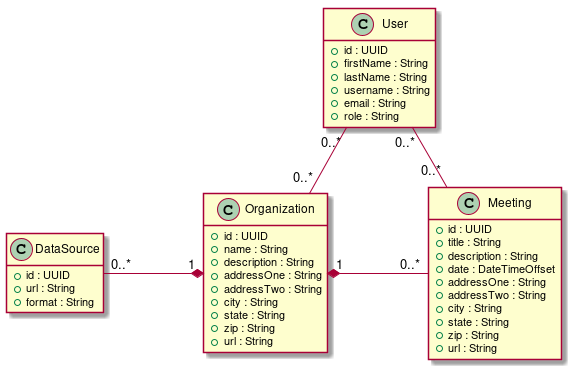
The PlantUML diagram docs/api/domain-model/domain-model-0.1.png in devict/publicmeetings-back, before a commit.
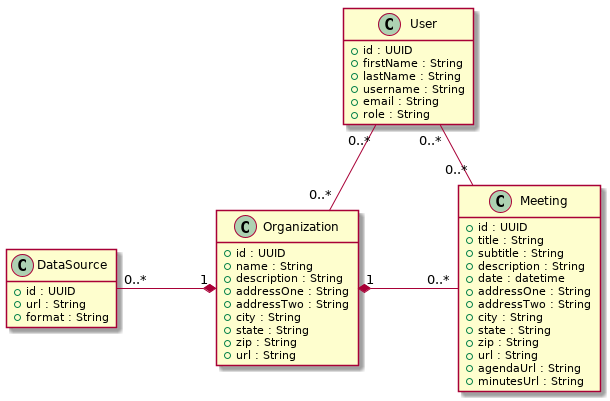
After the commit.

Commit message:
Add minutesUrl and agendaUrl

What changed in the source:
```diff
@@ -17,14 +17,17 @@
 class Meeting {
     +id : UUID
     +title : String
+    +subtitle : String
     +description : String
-    +date : DateTimeOffset
+    +date : datetime
     +addressOne : String
     +addressTwo : String
     +city : String
     +state : String
     +zip : String
     +url : String
+    +agendaUrl : String
+    +minutesUrl : String
 }
 
 class Organization {
```
